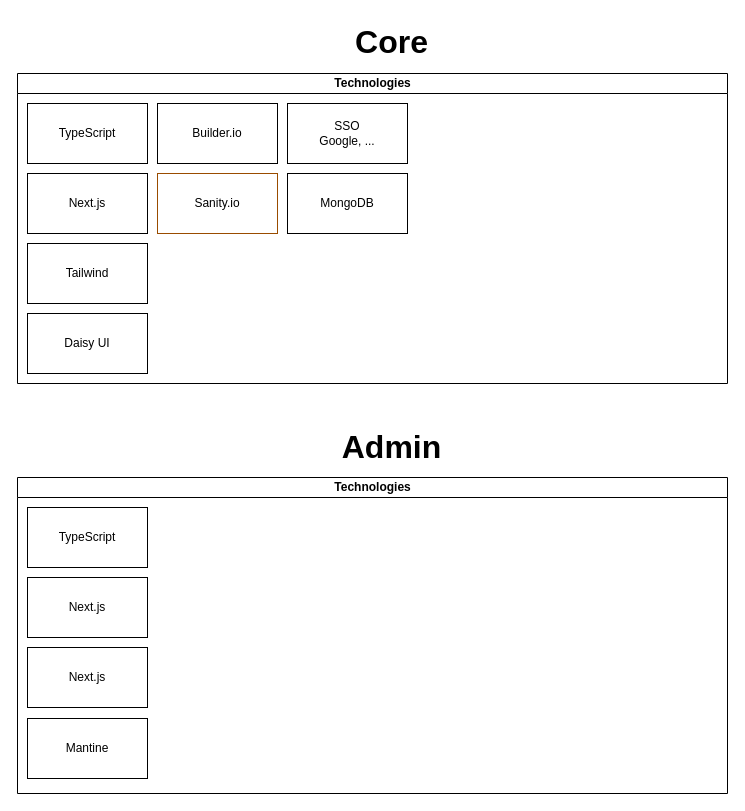
Earlier version of the draw.io diagram resources/tech_stack.drawio (cjfritz9/ecomm-for-kids). Source tidied: cells renumbered, new cells numbered last; positions are measured from the earlier drawing's top-left corner, leaving out a move shared by most shapes. Both pictures are drawn from the tidied source at 100%, with x=0, y=0 at pixel (17, 17).
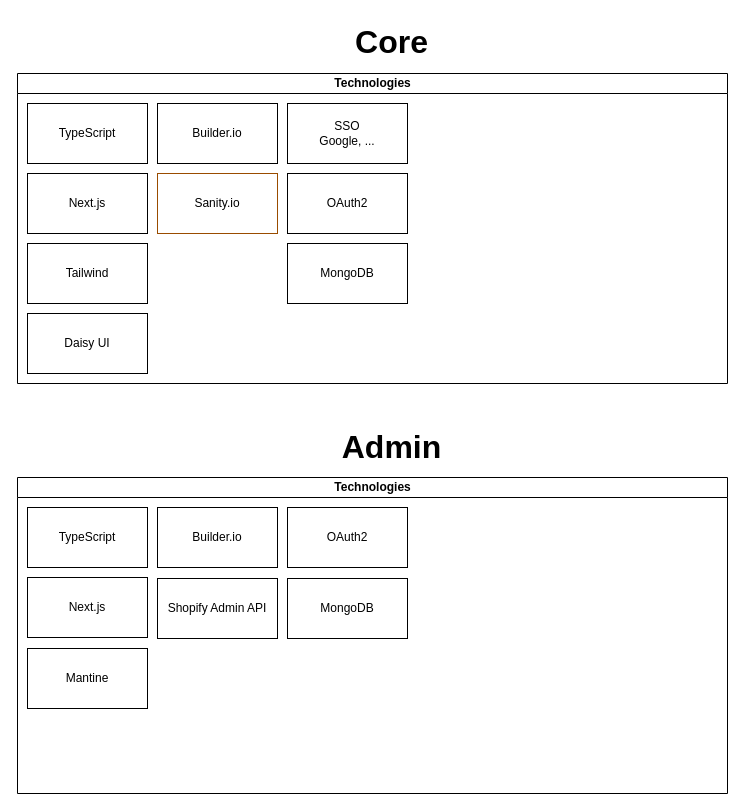
After the change.

The change refers to these unchanged cells:
```xml
<mxCell id="2" value="Technologies" style="swimlane;html=1;startSize=20;horizontal=1;containerType=tree;glass=0;" parent="1" vertex="1">
  <mxGeometry y="56" width="710" height="310" as="geometry" />
</mxCell>
<mxCell id="12" value="Technologies" style="swimlane;html=1;startSize=20;horizontal=1;containerType=tree;glass=0;" parent="1" vertex="1">
  <mxGeometry y="460" width="710" height="316" as="geometry" />
</mxCell>
```

The edit, as a diff of the source:
```diff
@@
     <mxCell id="8" value="MongoDB" style="rounded=0;whiteSpace=wrap;html=1;" parent="2" vertex="1">
-      <mxGeometry x="270" y="100" width="120" height="60" as="geometry" />
+      <mxGeometry x="270" y="170" width="120" height="60" as="geometry" />
     </mxCell>
@@
+    <mxCell id="18" value="OAuth2" style="rounded=0;whiteSpace=wrap;html=1;" parent="2" vertex="1">
+      <mxGeometry x="270" y="100" width="120" height="60" as="geometry" />
+    </mxCell>
@@
-    <mxCell id="15" value="Next.js" style="rounded=0;whiteSpace=wrap;html=1;" parent="12" vertex="1">
-      <mxGeometry x="10" y="170" width="120" height="60" as="geometry" />
-    </mxCell>
     <mxCell id="16" value="Mantine" style="rounded=0;whiteSpace=wrap;html=1;" parent="12" vertex="1">
-      <mxGeometry x="10" y="241" width="120" height="60" as="geometry" />
+      <mxGeometry x="10" y="171" width="120" height="60" as="geometry" />
     </mxCell>
+    <mxCell id="19" value="Builder.io" style="rounded=0;whiteSpace=wrap;html=1;" parent="12" vertex="1">
+      <mxGeometry x="140" y="30" width="120" height="60" as="geometry" />
+    </mxCell>
+    <mxCell id="20" value="OAuth2" style="rounded=0;whiteSpace=wrap;html=1;" parent="12" vertex="1">
+      <mxGeometry x="270" y="30" width="120" height="60" as="geometry" />
+    </mxCell>
+    <mxCell id="21" value="MongoDB" style="rounded=0;whiteSpace=wrap;html=1;" parent="12" vertex="1">
+      <mxGeometry x="270" y="101" width="120" height="60" as="geometry" />
+    </mxCell>
+    <mxCell id="22" value="Shopify Admin API" style="rounded=0;whiteSpace=wrap;html=1;" parent="12" vertex="1">
+      <mxGeometry x="140" y="101" width="120" height="60" as="geometry" />
+    </mxCell>
```
